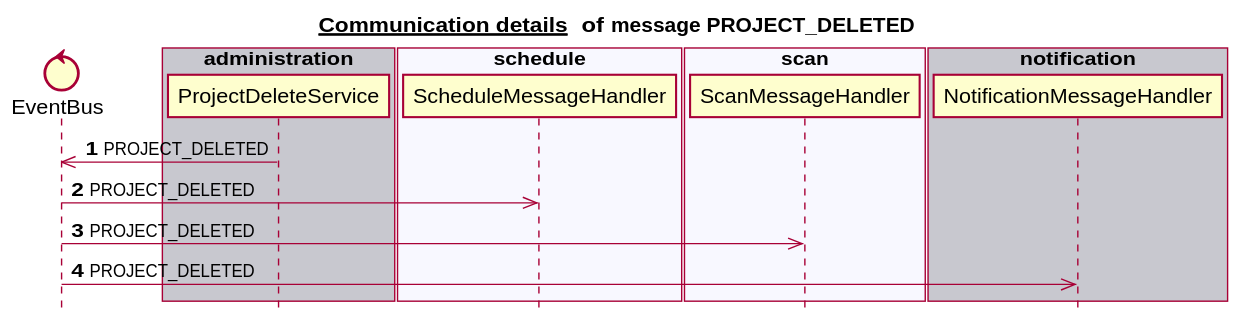
Above: docs/latest/images/gen_domain_messaging_project_deleted.svg in mercedes-benz/sechub (PlantUML), before the change.
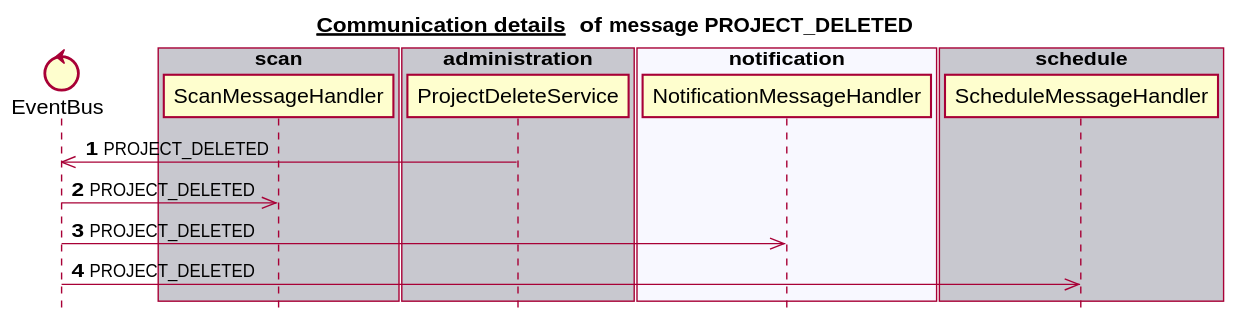
The same diagram one commit later.

What changed in the source:
```diff
@@ -6,25 +6,25 @@
 
 
 control EventBus
+box "scan" #C8C8CF
+   participant ScanMessageHandler
+end box
+box "authorization" #F8F8FF
+end box
 box "administration" #C8C8CF
    participant ProjectDeleteService
 end box
-box "schedule" #F8F8FF
+box "notification" #F8F8FF
+   participant NotificationMessageHandler
+end box
+box "schedule" #C8C8CF
    participant ScheduleMessageHandler
-end box
-box "authorization" #C8C8CF
-end box
-box "scan" #F8F8FF
-   participant ScanMessageHandler
-end box
-box "notification" #C8C8CF
-   participant NotificationMessageHandler
 end box
 autonumber 1
 ProjectDeleteService ->> EventBus:PROJECT_DELETED
-EventBus ->> ScheduleMessageHandler:PROJECT_DELETED
 EventBus ->> ScanMessageHandler:PROJECT_DELETED
 EventBus ->> NotificationMessageHandler:PROJECT_DELETED
+EventBus ->> ScheduleMessageHandler:PROJECT_DELETED
 autonumber stop
 
 
```
